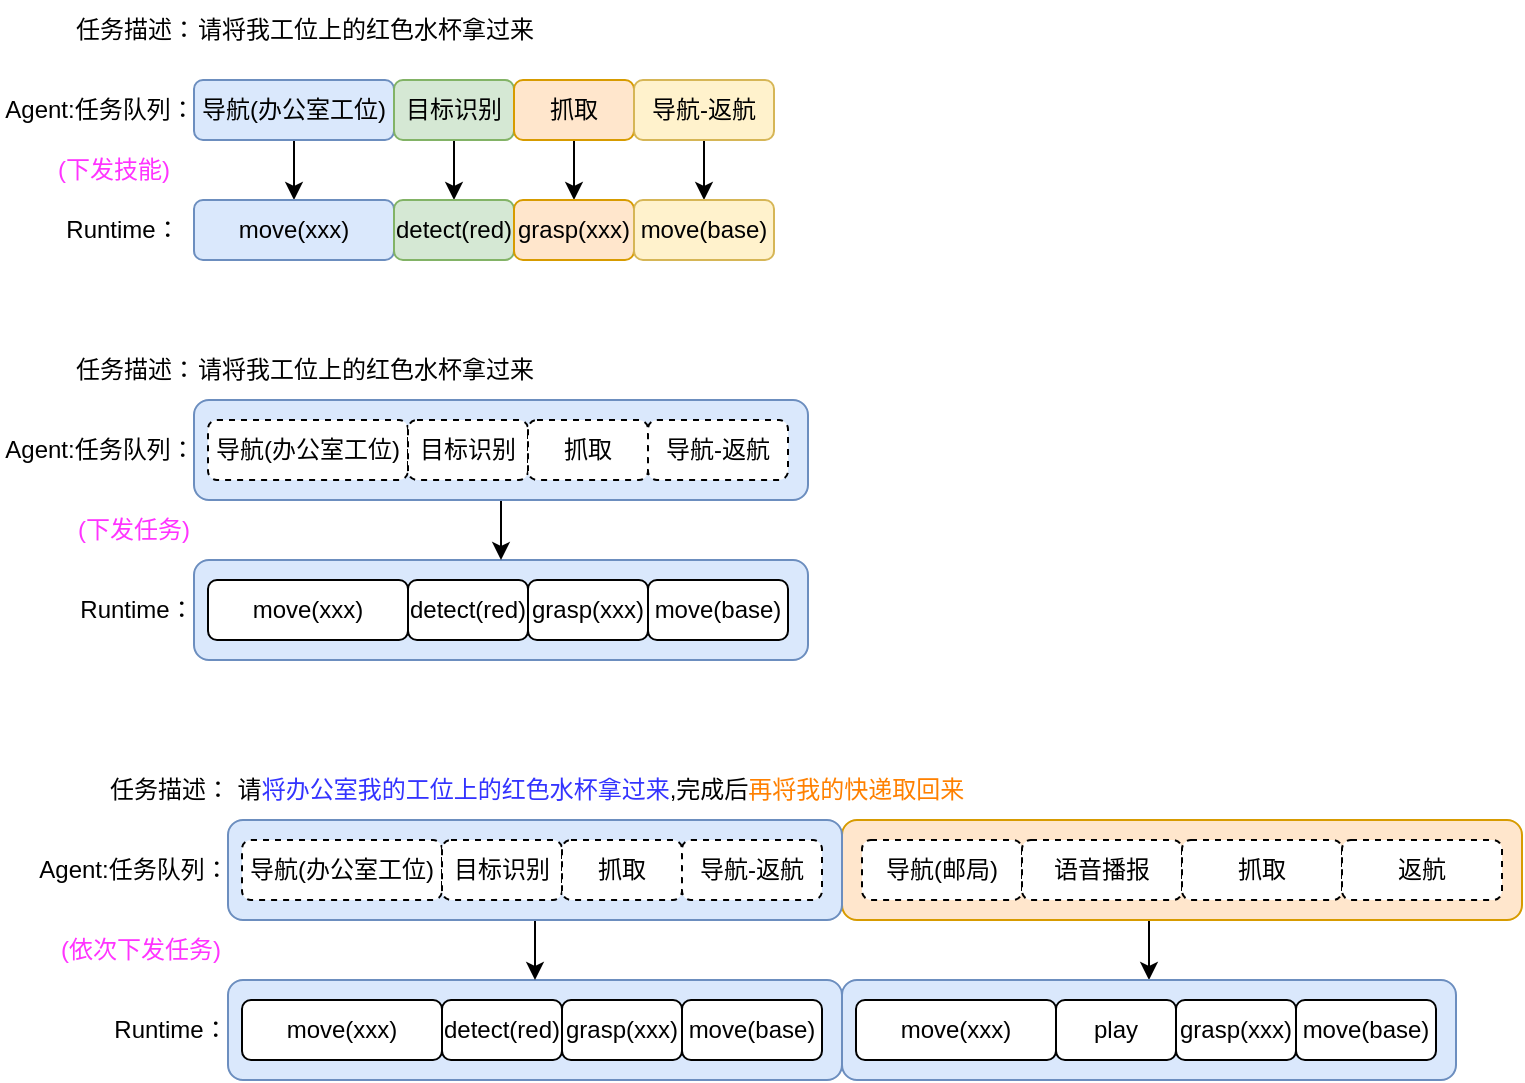
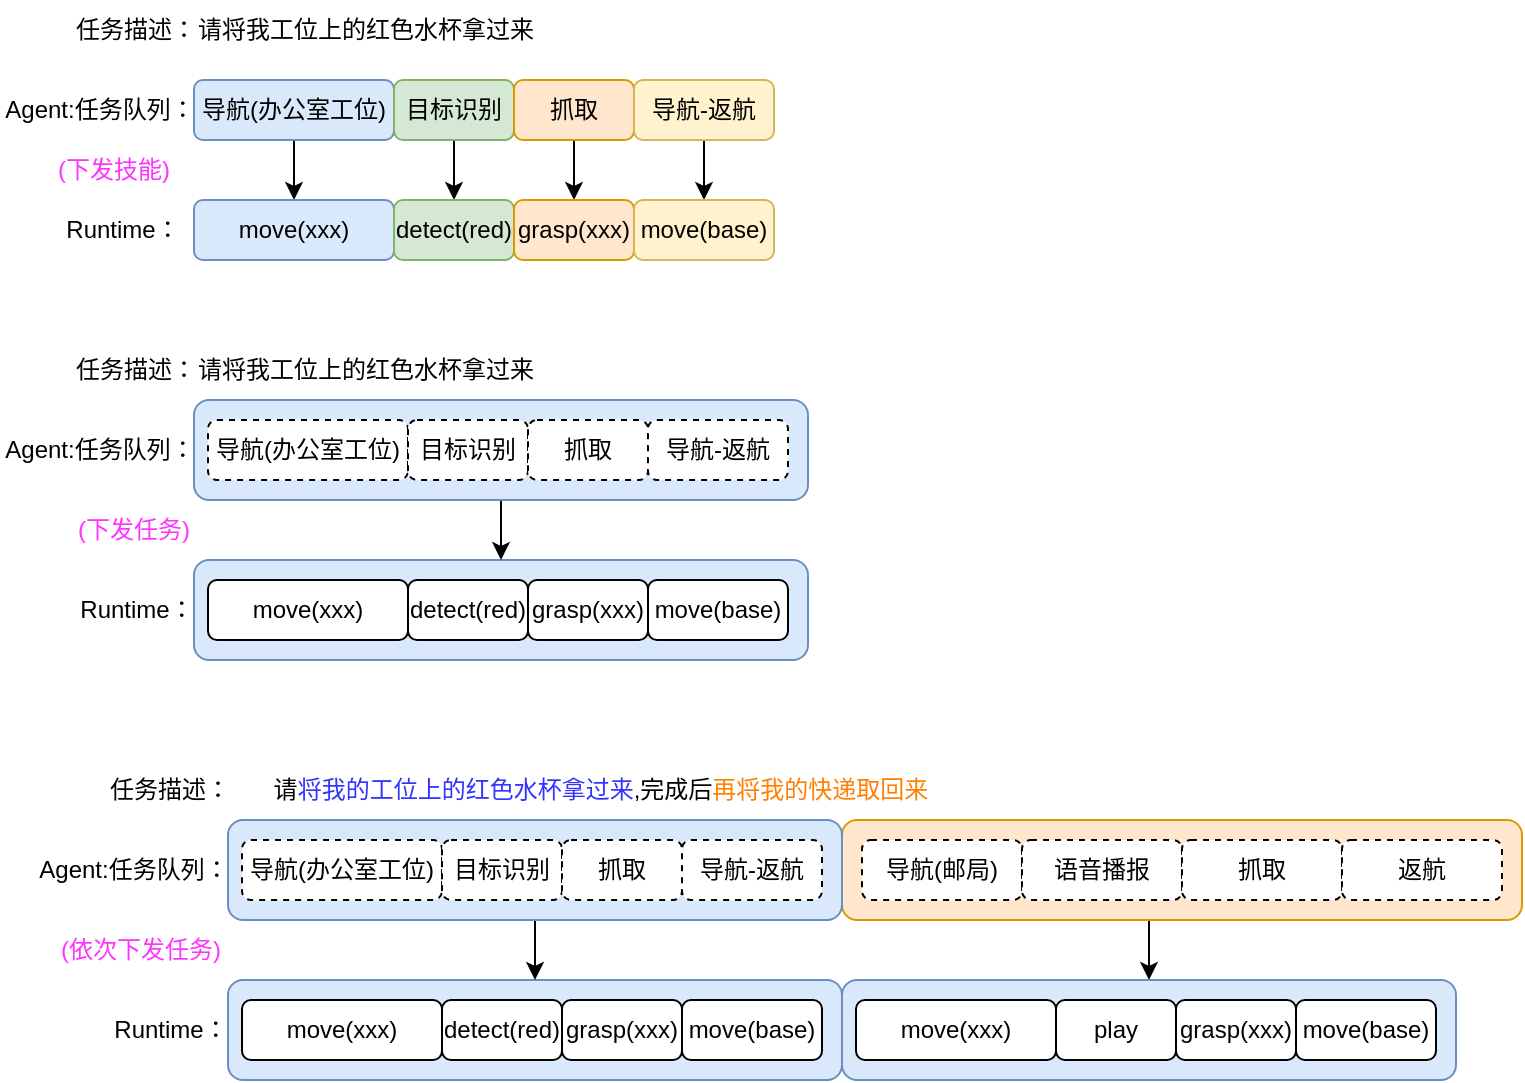
<mxfile host="app.diagrams.net">
  <diagram name="第 1 页" id="AqDmRzZVIJ-5uyctXJOA">
    <mxGraphModel dx="927" dy="527" grid="1" gridSize="10" guides="1" tooltips="1" connect="1" arrows="1" fold="1" page="1" pageScale="1" pageWidth="2339" pageHeight="3300" math="0" shadow="0">
      <root>
        <mxCell id="0" />
        <mxCell id="1" parent="0" />
        <mxCell id="TX6EBbOIm9mCNyf-wsjQ-69" edge="1" parent="1" source="TX6EBbOIm9mCNyf-wsjQ-63" style="edgeStyle=orthogonalEdgeStyle;rounded=0;orthogonalLoop=1;jettySize=auto;html=1;exitX=0.5;exitY=1;exitDx=0;exitDy=0;entryX=0.5;entryY=0;entryDx=0;entryDy=0;" target="TX6EBbOIm9mCNyf-wsjQ-64">
          <mxGeometry relative="1" as="geometry" />
        </mxCell>
        <mxCell id="TX6EBbOIm9mCNyf-wsjQ-63" parent="1" style="rounded=1;whiteSpace=wrap;html=1;fillColor=#ffe6cc;strokeColor=#d79b00;" value="" vertex="1">
          <mxGeometry height="50" width="340" x="444" y="740" as="geometry" />
        </mxCell>
        <mxCell id="TX6EBbOIm9mCNyf-wsjQ-37" parent="1" style="rounded=1;whiteSpace=wrap;html=1;fillColor=#dae8fc;strokeColor=#6c8ebf;" value="" vertex="1">
          <mxGeometry height="50" width="307" x="120" y="610" as="geometry" />
        </mxCell>
        <mxCell id="TX6EBbOIm9mCNyf-wsjQ-38" edge="1" parent="1" source="TX6EBbOIm9mCNyf-wsjQ-36" style="edgeStyle=orthogonalEdgeStyle;rounded=0;orthogonalLoop=1;jettySize=auto;html=1;exitX=0.5;exitY=1;exitDx=0;exitDy=0;entryX=0.5;entryY=0;entryDx=0;entryDy=0;" target="TX6EBbOIm9mCNyf-wsjQ-37">
          <mxGeometry relative="1" as="geometry" />
        </mxCell>
        <mxCell id="TX6EBbOIm9mCNyf-wsjQ-36" parent="1" style="rounded=1;whiteSpace=wrap;html=1;fillColor=#dae8fc;strokeColor=#6c8ebf;" value="" vertex="1">
          <mxGeometry height="50" width="307" x="120" y="530" as="geometry" />
        </mxCell>
        <mxCell id="TX6EBbOIm9mCNyf-wsjQ-15" edge="1" parent="1" source="TX6EBbOIm9mCNyf-wsjQ-1" style="edgeStyle=orthogonalEdgeStyle;rounded=0;orthogonalLoop=1;jettySize=auto;html=1;exitX=0.5;exitY=1;exitDx=0;exitDy=0;entryX=0.5;entryY=0;entryDx=0;entryDy=0;" target="TX6EBbOIm9mCNyf-wsjQ-11">
          <mxGeometry relative="1" as="geometry" />
        </mxCell>
        <mxCell id="TX6EBbOIm9mCNyf-wsjQ-1" parent="1" style="rounded=1;whiteSpace=wrap;html=1;fillColor=#dae8fc;strokeColor=#6c8ebf;" value="导航(办公室工位)" vertex="1">
          <mxGeometry height="30" width="100" x="120" y="370" as="geometry" />
        </mxCell>
        <mxCell id="TX6EBbOIm9mCNyf-wsjQ-2" parent="1" style="text;html=1;whiteSpace=wrap;strokeColor=none;fillColor=none;align=center;verticalAlign=middle;rounded=0;" value="Agent:任务队列：" vertex="1">
          <mxGeometry height="30" width="100" x="23" y="370" as="geometry" />
        </mxCell>
        <mxCell id="TX6EBbOIm9mCNyf-wsjQ-3" parent="1" style="text;html=1;whiteSpace=wrap;strokeColor=none;fillColor=none;align=center;verticalAlign=middle;rounded=0;" value="任务描述：" vertex="1">
          <mxGeometry height="30" width="70" x="56" y="330" as="geometry" />
        </mxCell>
        <mxCell id="TX6EBbOIm9mCNyf-wsjQ-4" parent="1" style="text;html=1;whiteSpace=wrap;strokeColor=none;fillColor=none;align=left;verticalAlign=middle;rounded=0;" value="请将我工位上的红色水杯拿过来" vertex="1">
          <mxGeometry height="30" width="220" x="120" y="330" as="geometry" />
        </mxCell>
        <mxCell id="TX6EBbOIm9mCNyf-wsjQ-16" edge="1" parent="1" source="TX6EBbOIm9mCNyf-wsjQ-5" style="edgeStyle=orthogonalEdgeStyle;rounded=0;orthogonalLoop=1;jettySize=auto;html=1;exitX=0.5;exitY=1;exitDx=0;exitDy=0;entryX=0.5;entryY=0;entryDx=0;entryDy=0;" target="TX6EBbOIm9mCNyf-wsjQ-12">
          <mxGeometry relative="1" as="geometry" />
        </mxCell>
        <mxCell id="TX6EBbOIm9mCNyf-wsjQ-5" parent="1" style="rounded=1;whiteSpace=wrap;html=1;fillColor=#d5e8d4;strokeColor=#82b366;" value="目标识别" vertex="1">
          <mxGeometry height="30" width="60" x="220" y="370" as="geometry" />
        </mxCell>
        <mxCell id="TX6EBbOIm9mCNyf-wsjQ-17" edge="1" parent="1" source="TX6EBbOIm9mCNyf-wsjQ-6" style="edgeStyle=orthogonalEdgeStyle;rounded=0;orthogonalLoop=1;jettySize=auto;html=1;exitX=0.5;exitY=1;exitDx=0;exitDy=0;entryX=0.5;entryY=0;entryDx=0;entryDy=0;" target="TX6EBbOIm9mCNyf-wsjQ-13">
          <mxGeometry relative="1" as="geometry" />
        </mxCell>
        <mxCell id="TX6EBbOIm9mCNyf-wsjQ-6" parent="1" style="rounded=1;whiteSpace=wrap;html=1;fillColor=#ffe6cc;strokeColor=#d79b00;" value="抓取" vertex="1">
          <mxGeometry height="30" width="60" x="280" y="370" as="geometry" />
        </mxCell>
        <mxCell id="TX6EBbOIm9mCNyf-wsjQ-18" edge="1" parent="1" source="TX6EBbOIm9mCNyf-wsjQ-7" style="edgeStyle=orthogonalEdgeStyle;rounded=0;orthogonalLoop=1;jettySize=auto;html=1;exitX=0.5;exitY=1;exitDx=0;exitDy=0;entryX=0.5;entryY=0;entryDx=0;entryDy=0;" target="TX6EBbOIm9mCNyf-wsjQ-14">
          <mxGeometry relative="1" as="geometry" />
        </mxCell>
        <mxCell id="TX6EBbOIm9mCNyf-wsjQ-7" parent="1" style="rounded=1;whiteSpace=wrap;html=1;fillColor=#fff2cc;strokeColor=#d6b656;" value="导航-返航" vertex="1">
          <mxGeometry height="30" width="70" x="340" y="370" as="geometry" />
        </mxCell>
        <mxCell id="TX6EBbOIm9mCNyf-wsjQ-8" parent="1" style="text;html=1;whiteSpace=wrap;strokeColor=none;fillColor=none;align=center;verticalAlign=middle;rounded=0;" value="Runtime：" vertex="1">
          <mxGeometry height="30" width="57" x="56" y="430" as="geometry" />
        </mxCell>
        <mxCell id="TX6EBbOIm9mCNyf-wsjQ-11" parent="1" style="rounded=1;whiteSpace=wrap;html=1;fillColor=#dae8fc;strokeColor=#6c8ebf;" value="move(xxx)" vertex="1">
          <mxGeometry height="30" width="100" x="120" y="430" as="geometry" />
        </mxCell>
        <mxCell id="TX6EBbOIm9mCNyf-wsjQ-12" parent="1" style="rounded=1;whiteSpace=wrap;html=1;fillColor=#d5e8d4;strokeColor=#82b366;" value="detect(red)" vertex="1">
          <mxGeometry height="30" width="60" x="220" y="430" as="geometry" />
        </mxCell>
        <mxCell id="TX6EBbOIm9mCNyf-wsjQ-13" parent="1" style="rounded=1;whiteSpace=wrap;html=1;fillColor=#ffe6cc;strokeColor=#d79b00;" value="grasp(xxx)" vertex="1">
          <mxGeometry height="30" width="60" x="280" y="430" as="geometry" />
        </mxCell>
        <mxCell id="TX6EBbOIm9mCNyf-wsjQ-14" parent="1" style="rounded=1;whiteSpace=wrap;html=1;fillColor=#fff2cc;strokeColor=#d6b656;" value="move(base)" vertex="1">
          <mxGeometry height="30" width="70" x="340" y="430" as="geometry" />
        </mxCell>
        <mxCell id="TX6EBbOIm9mCNyf-wsjQ-19" parent="1" style="text;html=1;whiteSpace=wrap;strokeColor=none;fillColor=none;align=left;verticalAlign=middle;rounded=0;" value="请将我工位上的红色水杯拿过来" vertex="1">
          <mxGeometry height="30" width="220" x="120" y="500" as="geometry" />
        </mxCell>
        <mxCell id="TX6EBbOIm9mCNyf-wsjQ-20" parent="1" style="text;html=1;whiteSpace=wrap;strokeColor=none;fillColor=none;align=center;verticalAlign=middle;rounded=0;" value="任务描述：" vertex="1">
          <mxGeometry height="30" width="70" x="56" y="500" as="geometry" />
        </mxCell>
        <mxCell id="TX6EBbOIm9mCNyf-wsjQ-22" parent="1" style="rounded=1;whiteSpace=wrap;html=1;dashed=1;" value="导航(办公室工位)" vertex="1">
          <mxGeometry height="30" width="100" x="127" y="540" as="geometry" />
        </mxCell>
        <mxCell id="TX6EBbOIm9mCNyf-wsjQ-23" parent="1" style="text;html=1;whiteSpace=wrap;strokeColor=none;fillColor=none;align=center;verticalAlign=middle;rounded=0;" value="Agent:任务队列：" vertex="1">
          <mxGeometry height="30" width="100" x="23" y="540" as="geometry" />
        </mxCell>
        <mxCell id="TX6EBbOIm9mCNyf-wsjQ-25" parent="1" style="rounded=1;whiteSpace=wrap;html=1;dashed=1;" value="目标识别" vertex="1">
          <mxGeometry height="30" width="60" x="227" y="540" as="geometry" />
        </mxCell>
        <mxCell id="TX6EBbOIm9mCNyf-wsjQ-27" parent="1" style="rounded=1;whiteSpace=wrap;html=1;dashed=1;" value="抓取" vertex="1">
          <mxGeometry height="30" width="60" x="287" y="540" as="geometry" />
        </mxCell>
        <mxCell id="TX6EBbOIm9mCNyf-wsjQ-29" parent="1" style="rounded=1;whiteSpace=wrap;html=1;dashed=1;" value="导航-返航" vertex="1">
          <mxGeometry height="30" width="70" x="347" y="540" as="geometry" />
        </mxCell>
        <mxCell id="TX6EBbOIm9mCNyf-wsjQ-30" parent="1" style="text;html=1;whiteSpace=wrap;strokeColor=none;fillColor=none;align=center;verticalAlign=middle;rounded=0;" value="Runtime：" vertex="1">
          <mxGeometry height="30" width="57" x="62.5" y="620" as="geometry" />
        </mxCell>
        <mxCell id="TX6EBbOIm9mCNyf-wsjQ-31" parent="1" style="rounded=1;whiteSpace=wrap;html=1;" value="move(xxx)" vertex="1">
          <mxGeometry height="30" width="100" x="127" y="620" as="geometry" />
        </mxCell>
        <mxCell id="TX6EBbOIm9mCNyf-wsjQ-32" parent="1" style="rounded=1;whiteSpace=wrap;html=1;" value="detect(red)" vertex="1">
          <mxGeometry height="30" width="60" x="227" y="620" as="geometry" />
        </mxCell>
        <mxCell id="TX6EBbOIm9mCNyf-wsjQ-33" parent="1" style="rounded=1;whiteSpace=wrap;html=1;" value="grasp(xxx)" vertex="1">
          <mxGeometry height="30" width="60" x="287" y="620" as="geometry" />
        </mxCell>
        <mxCell id="TX6EBbOIm9mCNyf-wsjQ-34" parent="1" style="rounded=1;whiteSpace=wrap;html=1;" value="move(base)" vertex="1">
          <mxGeometry height="30" width="70" x="347" y="620" as="geometry" />
        </mxCell>
        <mxCell id="TX6EBbOIm9mCNyf-wsjQ-35" parent="1" style="text;html=1;whiteSpace=wrap;strokeColor=none;fillColor=none;align=center;verticalAlign=middle;rounded=0;fontColor=#FF33FF;" value="(下发技能)" vertex="1">
          <mxGeometry height="30" width="60" x="50" y="400" as="geometry" />
        </mxCell>
        <mxCell id="TX6EBbOIm9mCNyf-wsjQ-39" parent="1" style="text;html=1;whiteSpace=wrap;strokeColor=none;fillColor=none;align=center;verticalAlign=middle;rounded=0;fontColor=#FF33FF;" value="(下发任务)" vertex="1">
          <mxGeometry height="30" width="60" x="59.5" y="580" as="geometry" />
        </mxCell>
        <mxCell id="TX6EBbOIm9mCNyf-wsjQ-40" parent="1" style="rounded=1;whiteSpace=wrap;html=1;fillColor=#dae8fc;strokeColor=#6c8ebf;" value="" vertex="1">
          <mxGeometry height="50" width="307" x="137" y="820" as="geometry" />
        </mxCell>
        <mxCell id="TX6EBbOIm9mCNyf-wsjQ-41" edge="1" parent="1" source="TX6EBbOIm9mCNyf-wsjQ-42" style="edgeStyle=orthogonalEdgeStyle;rounded=0;orthogonalLoop=1;jettySize=auto;html=1;exitX=0.5;exitY=1;exitDx=0;exitDy=0;entryX=0.5;entryY=0;entryDx=0;entryDy=0;" target="TX6EBbOIm9mCNyf-wsjQ-40">
          <mxGeometry relative="1" as="geometry" />
        </mxCell>
        <mxCell id="TX6EBbOIm9mCNyf-wsjQ-42" parent="1" style="rounded=1;whiteSpace=wrap;html=1;fillColor=#dae8fc;strokeColor=#6c8ebf;" value="" vertex="1">
          <mxGeometry height="50" width="307" x="137" y="740" as="geometry" />
        </mxCell>
-         <mxCell id="TX6EBbOIm9mCNyf-wsjQ-43" parent="1" style="text;html=1;whiteSpace=wrap;strokeColor=none;fillColor=none;align=center;verticalAlign=middle;rounded=0;" value="请&lt;font style=&quot;color: rgb(51, 51, 255);&quot;&gt;将办公室我的工位上的红色水杯拿过来&lt;/font&gt;,完成后&lt;font style=&quot;color: rgb(255, 128, 0);&quot;&gt;再将我的快递取回来&lt;/font&gt;" vertex="1">
+         <mxCell id="TX6EBbOIm9mCNyf-wsjQ-43" parent="1" style="text;html=1;whiteSpace=wrap;strokeColor=none;fillColor=none;align=center;verticalAlign=middle;rounded=0;" value="请&lt;font style=&quot;color: rgb(51, 51, 255);&quot;&gt;将我的工位上的红色水杯拿过来&lt;/font&gt;,完成后&lt;font style=&quot;color: rgb(255, 128, 0);&quot;&gt;再将我的快递取回来&lt;/font&gt;" vertex="1">
          <mxGeometry height="30" width="373" x="137" y="710" as="geometry" />
        </mxCell>
        <mxCell id="TX6EBbOIm9mCNyf-wsjQ-44" parent="1" style="text;html=1;whiteSpace=wrap;strokeColor=none;fillColor=none;align=center;verticalAlign=middle;rounded=0;" value="任务描述：" vertex="1">
          <mxGeometry height="30" width="70" x="73" y="710" as="geometry" />
        </mxCell>
        <mxCell id="TX6EBbOIm9mCNyf-wsjQ-45" parent="1" style="rounded=1;whiteSpace=wrap;html=1;dashed=1;" value="导航(办公室工位)" vertex="1">
          <mxGeometry height="30" width="100" x="144" y="750" as="geometry" />
        </mxCell>
        <mxCell id="TX6EBbOIm9mCNyf-wsjQ-46" parent="1" style="text;html=1;whiteSpace=wrap;strokeColor=none;fillColor=none;align=center;verticalAlign=middle;rounded=0;" value="Agent:任务队列：" vertex="1">
          <mxGeometry height="30" width="100" x="40" y="750" as="geometry" />
        </mxCell>
        <mxCell id="TX6EBbOIm9mCNyf-wsjQ-47" parent="1" style="rounded=1;whiteSpace=wrap;html=1;dashed=1;" value="目标识别" vertex="1">
          <mxGeometry height="30" width="60" x="244" y="750" as="geometry" />
        </mxCell>
        <mxCell id="TX6EBbOIm9mCNyf-wsjQ-48" parent="1" style="rounded=1;whiteSpace=wrap;html=1;dashed=1;" value="抓取" vertex="1">
          <mxGeometry height="30" width="60" x="304" y="750" as="geometry" />
        </mxCell>
        <mxCell id="TX6EBbOIm9mCNyf-wsjQ-49" parent="1" style="rounded=1;whiteSpace=wrap;html=1;dashed=1;" value="导航-返航" vertex="1">
          <mxGeometry height="30" width="70" x="364" y="750" as="geometry" />
        </mxCell>
        <mxCell id="TX6EBbOIm9mCNyf-wsjQ-50" parent="1" style="text;html=1;whiteSpace=wrap;strokeColor=none;fillColor=none;align=center;verticalAlign=middle;rounded=0;" value="Runtime：" vertex="1">
          <mxGeometry height="30" width="57" x="79.5" y="830" as="geometry" />
        </mxCell>
        <mxCell id="TX6EBbOIm9mCNyf-wsjQ-51" parent="1" style="rounded=1;whiteSpace=wrap;html=1;" value="move(xxx)" vertex="1">
          <mxGeometry height="30" width="100" x="144" y="830" as="geometry" />
        </mxCell>
        <mxCell id="TX6EBbOIm9mCNyf-wsjQ-52" parent="1" style="rounded=1;whiteSpace=wrap;html=1;" value="detect(red)" vertex="1">
          <mxGeometry height="30" width="60" x="244" y="830" as="geometry" />
        </mxCell>
        <mxCell id="TX6EBbOIm9mCNyf-wsjQ-53" parent="1" style="rounded=1;whiteSpace=wrap;html=1;" value="grasp(xxx)" vertex="1">
          <mxGeometry height="30" width="60" x="304" y="830" as="geometry" />
        </mxCell>
        <mxCell id="TX6EBbOIm9mCNyf-wsjQ-54" parent="1" style="rounded=1;whiteSpace=wrap;html=1;" value="move(base)" vertex="1">
          <mxGeometry height="30" width="70" x="364" y="830" as="geometry" />
        </mxCell>
        <mxCell id="TX6EBbOIm9mCNyf-wsjQ-55" parent="1" style="text;html=1;whiteSpace=wrap;strokeColor=none;fillColor=none;align=center;verticalAlign=middle;rounded=0;fontColor=#FF33FF;" value="(依次下发任务)" vertex="1">
          <mxGeometry height="30" width="86.5" x="50" y="790" as="geometry" />
        </mxCell>
        <mxCell id="TX6EBbOIm9mCNyf-wsjQ-56" parent="1" style="rounded=1;whiteSpace=wrap;html=1;dashed=1;" value="导航(邮局)" vertex="1">
          <mxGeometry height="30" width="80" x="454" y="750" as="geometry" />
        </mxCell>
        <mxCell id="TX6EBbOIm9mCNyf-wsjQ-60" parent="1" style="rounded=1;whiteSpace=wrap;html=1;dashed=1;" value="语音播报" vertex="1">
          <mxGeometry height="30" width="80" x="534" y="750" as="geometry" />
        </mxCell>
        <mxCell id="TX6EBbOIm9mCNyf-wsjQ-61" parent="1" style="rounded=1;whiteSpace=wrap;html=1;dashed=1;" value="抓取" vertex="1">
          <mxGeometry height="30" width="80" x="614" y="750" as="geometry" />
        </mxCell>
        <mxCell id="TX6EBbOIm9mCNyf-wsjQ-62" parent="1" style="rounded=1;whiteSpace=wrap;html=1;dashed=1;" value="返航" vertex="1">
          <mxGeometry height="30" width="80" x="694" y="750" as="geometry" />
        </mxCell>
        <mxCell id="TX6EBbOIm9mCNyf-wsjQ-64" parent="1" style="rounded=1;whiteSpace=wrap;html=1;fillColor=#dae8fc;strokeColor=#6c8ebf;" value="" vertex="1">
          <mxGeometry height="50" width="307" x="444" y="820" as="geometry" />
        </mxCell>
        <mxCell id="TX6EBbOIm9mCNyf-wsjQ-65" parent="1" style="rounded=1;whiteSpace=wrap;html=1;" value="move(xxx)" vertex="1">
          <mxGeometry height="30" width="100" x="451" y="830" as="geometry" />
        </mxCell>
        <mxCell id="TX6EBbOIm9mCNyf-wsjQ-66" parent="1" style="rounded=1;whiteSpace=wrap;html=1;" value="play" vertex="1">
          <mxGeometry height="30" width="60" x="551" y="830" as="geometry" />
        </mxCell>
        <mxCell id="TX6EBbOIm9mCNyf-wsjQ-67" parent="1" style="rounded=1;whiteSpace=wrap;html=1;" value="grasp(xxx)" vertex="1">
          <mxGeometry height="30" width="60" x="611" y="830" as="geometry" />
        </mxCell>
        <mxCell id="TX6EBbOIm9mCNyf-wsjQ-68" parent="1" style="rounded=1;whiteSpace=wrap;html=1;" value="move(base)" vertex="1">
          <mxGeometry height="30" width="70" x="671" y="830" as="geometry" />
        </mxCell>
      </root>
    </mxGraphModel>
  </diagram>
</mxfile>
